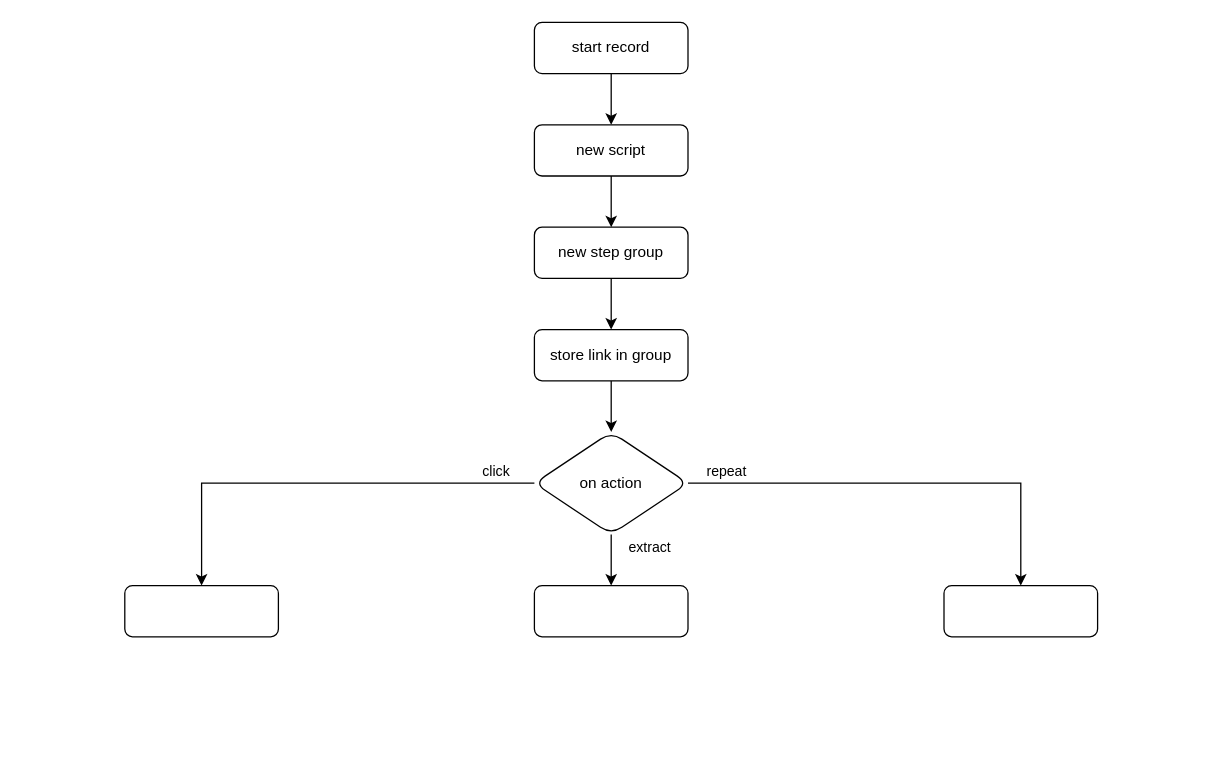
The draw.io diagram documentation/recorder.drawio in AwDude/WebDataGrabber, before the edit. Source tidied: cells renumbered, new cells numbered last; positions are measured from the earlier drawing's top-left corner, leaving out a move shared by most shapes. Both pictures are drawn from the tidied source at 128%, with x=0, y=0 at pixel (124, 22).
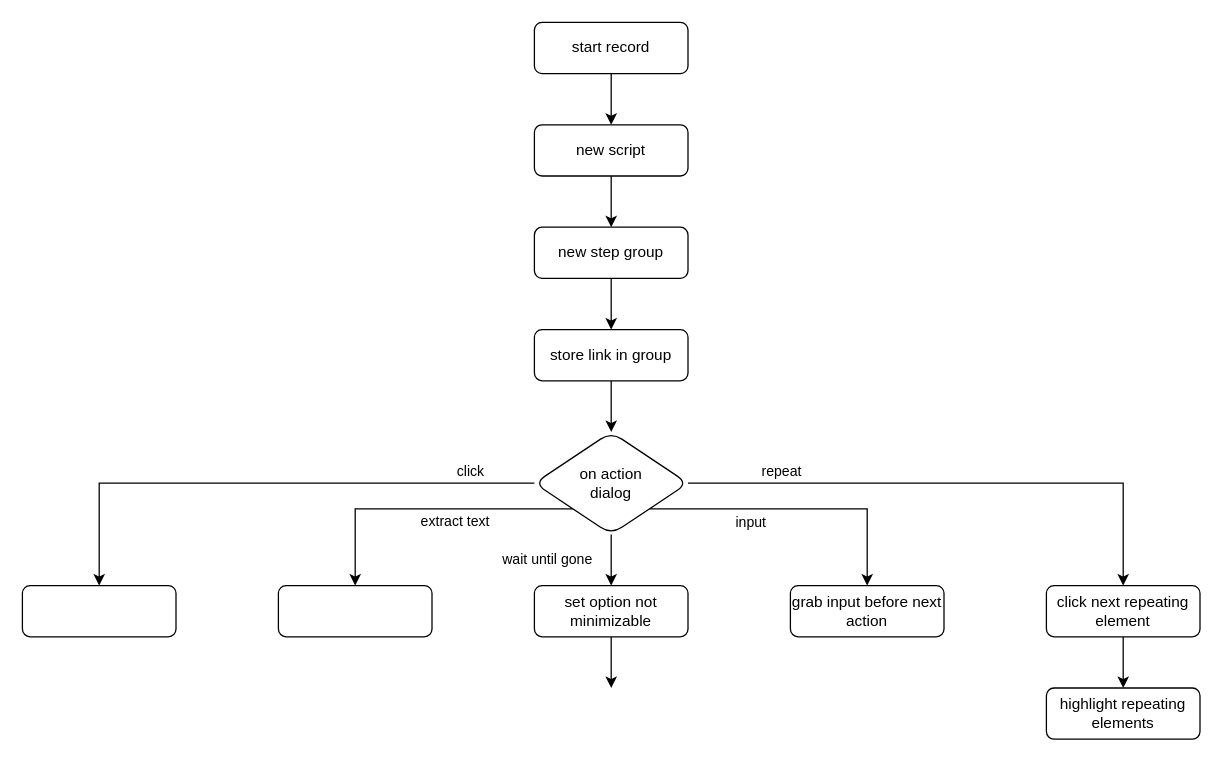
The same diagram, later.

Commit message (it also covers changes not shown here):
- modified recorder drawio - added StepGroup

Change to the diagram source:
```diff
@@
-    <mxCell id="12" value="extract" style="edgeStyle=orthogonalEdgeStyle;rounded=0;jettySize=auto;html=1;" parent="1" edge="1" source="15" target="17">
-      <mxGeometry y="32" relative="1" as="geometry">
+    <mxCell id="12" value="extract text" style="rounded=0;jettySize=auto;html=1;entryX=0.5;entryY=0;entryDx=0;entryDy=0;exitX=0;exitY=1;exitDx=0;exitDy=0;" parent="1" edge="1" source="15" target="17">
+      <mxGeometry x="-0.2" y="10" relative="1" as="geometry">
         <Array as="points">
-          <mxPoint x="380" y="420" />
-          <mxPoint x="380" y="420" />
+          <mxPoint x="180" y="380" />
         </Array>
-        <mxPoint x="-2" y="-10" as="offset" />
       </mxGeometry>
     </mxCell>
@@
+    <mxCell id="19" style="edgeStyle=none;rounded=0;jettySize=auto;html=1;exitX=1;exitY=1;exitDx=0;exitDy=0;entryX=0.5;entryY=0;entryDx=0;entryDy=0;" parent="1" edge="1" source="15" target="23">
+      <mxGeometry relative="1" as="geometry">
+        <Array as="points">
+          <mxPoint x="580" y="380" />
+        </Array>
+      </mxGeometry>
+    </mxCell>
+    <mxCell id="20" value="input" style="edgeLabel;html=1;align=center;verticalAlign=middle;" parent="19" vertex="1">
+      <mxGeometry x="-0.56" y="-1" relative="1" as="geometry">
+        <mxPoint x="27" y="9" as="offset" />
+      </mxGeometry>
+    </mxCell>
+    <mxCell id="21" value="wait until gone" style="edgeStyle=orthogonalEdgeStyle;rounded=0;jettySize=auto;html=1;" parent="1" edge="1" source="15" target="26">
+      <mxGeometry y="-50" relative="1" as="geometry" />
+    </mxCell>
-    <mxCell id="15" value="on action" style="rhombus;whiteSpace=wrap;html=1;rounded=1;shadow=0;strokeWidth=1;glass=0;" parent="1" vertex="1">
+    <mxCell id="15" value="&lt;div&gt;on action&lt;/div&gt;dialog" style="rhombus;whiteSpace=wrap;html=1;rounded=1;shadow=0;strokeWidth=1;glass=0;" parent="1" vertex="1">
       <mxGeometry x="320" y="320" width="120" height="80" as="geometry" />
     </mxCell>
+    <mxCell id="22" style="edgeStyle=orthogonalEdgeStyle;rounded=0;jettySize=auto;html=1;" parent="1" edge="1" source="16" target="24">
+      <mxGeometry relative="1" as="geometry" />
+    </mxCell>
-    <mxCell id="16" style="whiteSpace=wrap;html=1;rounded=1;shadow=0;strokeWidth=1;glass=0;" parent="1" vertex="1">
-      <mxGeometry x="640" y="440" width="120" height="40" as="geometry" />
+    <mxCell id="16" value="click next repeating element" style="whiteSpace=wrap;html=1;rounded=1;shadow=0;strokeWidth=1;glass=0;" parent="1" vertex="1">
+      <mxGeometry x="720" y="440" width="120" height="40" as="geometry" />
     </mxCell>
     <mxCell id="17" style="whiteSpace=wrap;html=1;rounded=1;shadow=0;strokeWidth=1;glass=0;" parent="1" vertex="1">
-      <mxGeometry x="320" y="440" width="120" height="40" as="geometry" />
+      <mxGeometry x="120" y="440" width="120" height="40" as="geometry" />
     </mxCell>
     <mxCell id="18" style="whiteSpace=wrap;html=1;rounded=1;shadow=0;strokeWidth=1;glass=0;" parent="1" vertex="1">
-      <mxGeometry y="440" width="120" height="40" as="geometry" />
+      <mxGeometry x="-80" y="440" width="120" height="40" as="geometry" />
     </mxCell>
+    <mxCell id="23" value="grab input before next action" style="whiteSpace=wrap;html=1;rounded=1;shadow=0;strokeWidth=1;glass=0;" parent="1" vertex="1">
+      <mxGeometry x="520" y="440" width="120" height="40" as="geometry" />
+    </mxCell>
+    <mxCell id="24" value="highlight repeating elements" style="whiteSpace=wrap;html=1;rounded=1;shadow=0;strokeWidth=1;glass=0;" parent="1" vertex="1">
+      <mxGeometry x="720" y="520" width="120" height="40" as="geometry" />
+    </mxCell>
+    <mxCell id="25" style="edgeStyle=orthogonalEdgeStyle;rounded=0;jettySize=auto;html=1;" parent="1" edge="1" source="26">
+      <mxGeometry relative="1" as="geometry">
+        <mxPoint x="380" y="520" as="targetPoint" />
+      </mxGeometry>
+    </mxCell>
+    <mxCell id="26" value="set option not minimizable" style="whiteSpace=wrap;html=1;rounded=1;shadow=0;strokeWidth=1;glass=0;" parent="1" vertex="1">
+      <mxGeometry x="320" y="440" width="120" height="40" as="geometry" />
+    </mxCell>
```
